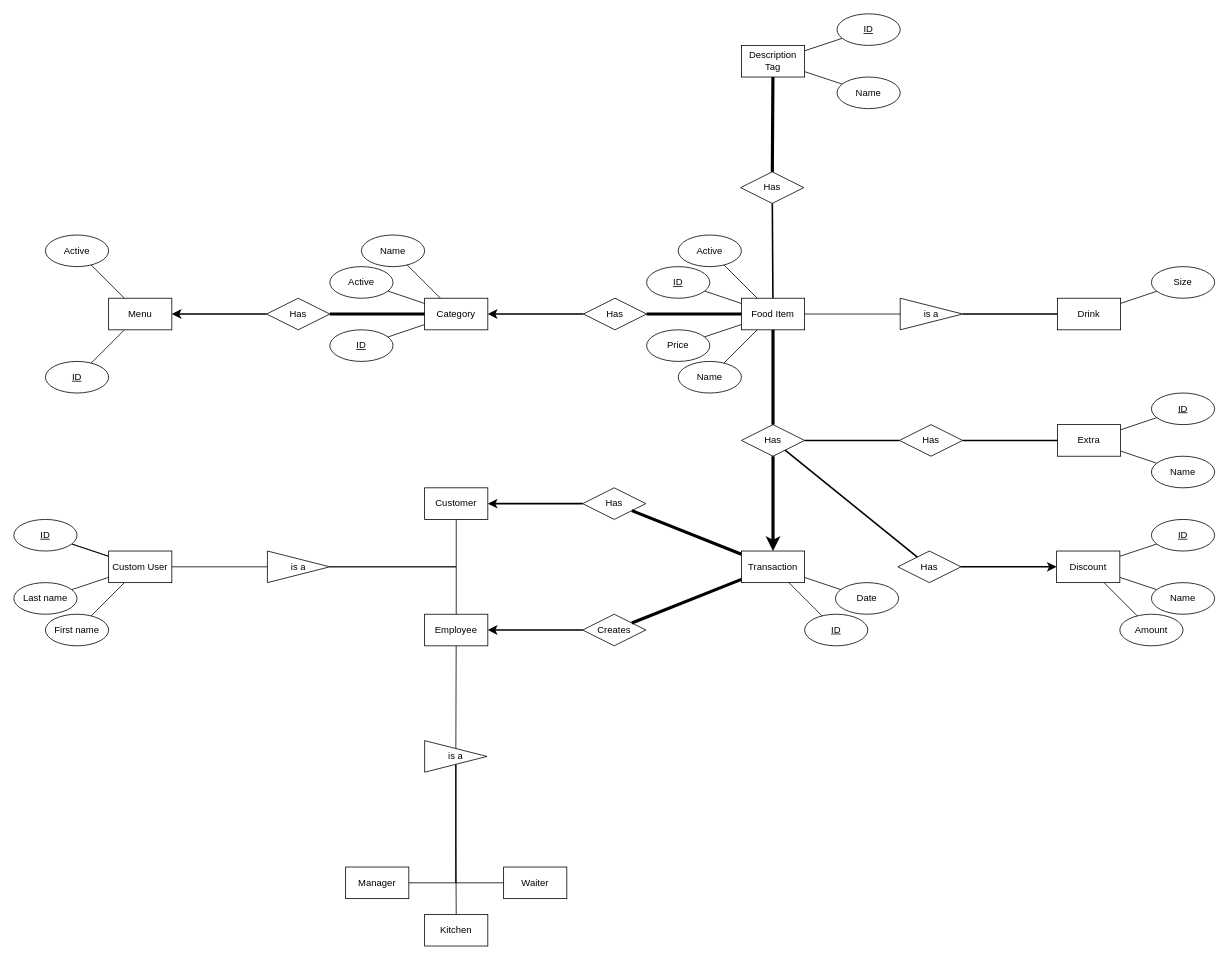
Above: uml.drawio in MChoc/capstone_project (draw.io), before the change. Source tidied: cells renumbered, new cells numbered last; positions are measured from the earlier drawing's top-left corner, leaving out a move shared by most shapes. Both pictures are drawn from the tidied source at 79%, with x=0, y=0 at pixel (13, 13).
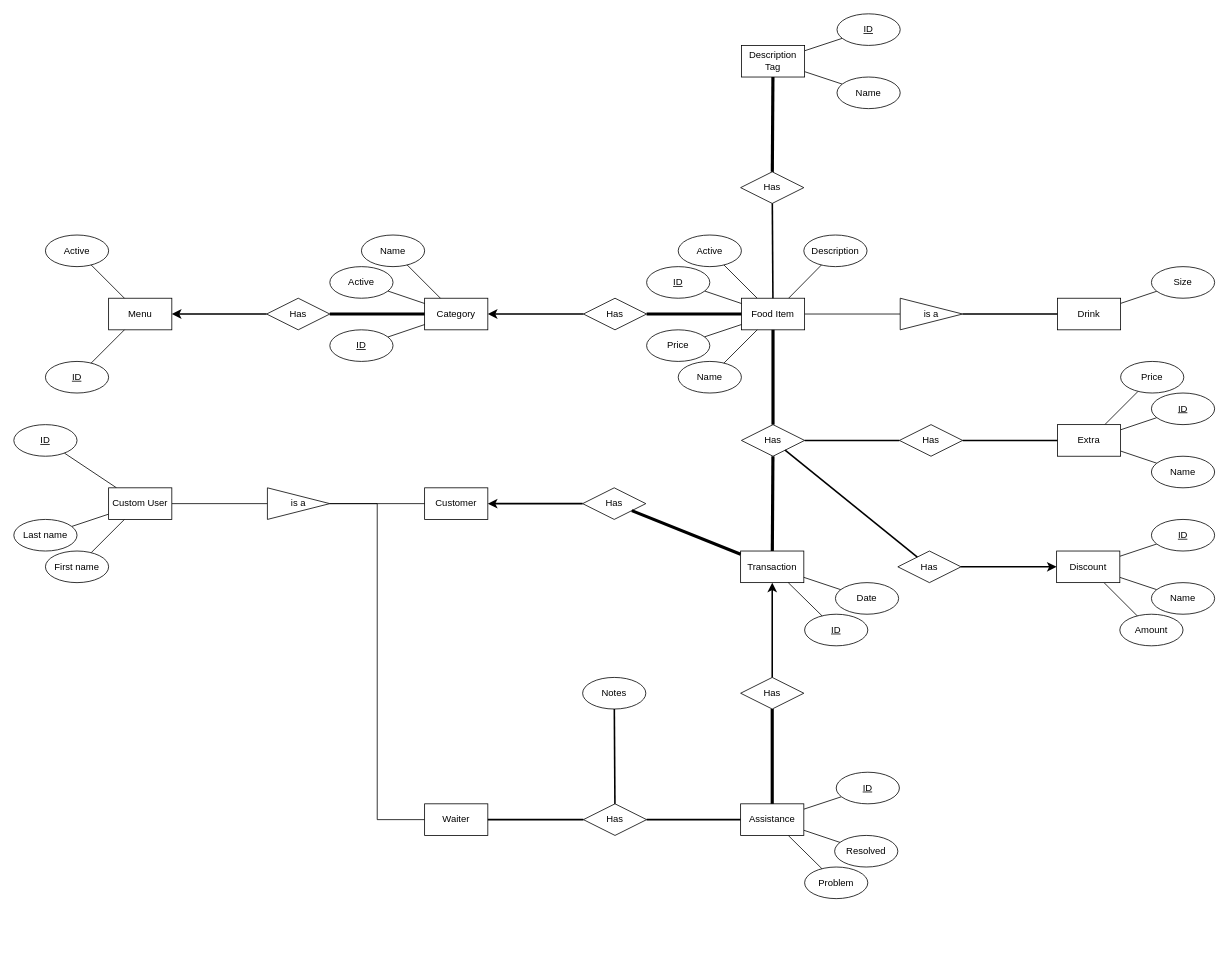
After the change.

Commit message (it also covers changes not shown here):
Added assistance recording

Unchanged cells that the change refers to:
```xml
<mxCell id="6" value="Food Item" style="rounded=0;whiteSpace=wrap;html=1;" parent="1" vertex="1">
  <mxGeometry x="921" y="360" width="80" height="40" as="geometry" />
</mxCell>
<mxCell id="32" value="Has" style="rhombus;whiteSpace=wrap;html=1;" parent="1" vertex="1">
  <mxGeometry x="921" y="520" width="80" height="40" as="geometry" />
</mxCell>
<mxCell id="48" value="Extra" style="rounded=0;whiteSpace=wrap;html=1;" parent="1" vertex="1">
  <mxGeometry x="1321" y="520" width="80" height="40" as="geometry" />
</mxCell>
```

Diff of the diagram source:
```diff
@@
+    <mxCell id="97" style="rounded=0;jettySize=auto;html=1;endArrow=none;endFill=0;" parent="1" edge="1" source="6" target="100">
+      <mxGeometry relative="1" as="geometry" />
+    </mxCell>
@@
     <mxCell id="29" value="Transaction" style="rounded=0;whiteSpace=wrap;html=1;" parent="1" vertex="1">
-      <mxGeometry x="921" y="680" width="80" height="40" as="geometry" />
+      <mxGeometry x="920" y="680" width="80" height="40" as="geometry" />
     </mxCell>
@@
-    <mxCell id="34" style="endArrow=classic;html=1;strokeWidth=4;" parent="1" edge="1" source="32" target="29">
+    <mxCell id="34" style="endArrow=none;html=1;strokeWidth=4;endFill=0;" parent="1" edge="1" source="32" target="29">
       <mxGeometry relative="1" as="geometry" />
     </mxCell>
@@
-    <mxCell id="37" style="edgeStyle=none;rounded=0;jettySize=auto;html=1;endArrow=none;endFill=0;strokeWidth=1;" parent="1" edge="1" source="38" target="76">
-      <mxGeometry relative="1" as="geometry" />
-    </mxCell>
-    <mxCell id="38" value="Employee" style="rounded=0;whiteSpace=wrap;html=1;" parent="1" vertex="1">
-      <mxGeometry x="520" y="760" width="80" height="40" as="geometry" />
-    </mxCell>
-    <mxCell id="39" value="Creates" style="rhombus;whiteSpace=wrap;html=1;" parent="1" vertex="1">
-      <mxGeometry x="720" y="760" width="80" height="40" as="geometry" />
-    </mxCell>
-    <mxCell id="40" style="endArrow=none;html=1;strokeWidth=4;" parent="1" edge="1" source="29" target="39">
-      <mxGeometry relative="1" as="geometry" />
-    </mxCell>
-    <mxCell id="41" style="endArrow=classic;html=1;strokeWidth=2;" parent="1" edge="1" source="39" target="38">
-      <mxGeometry relative="1" as="geometry" />
-    </mxCell>
@@
+    <mxCell id="98" style="edgeStyle=none;rounded=0;jettySize=auto;html=1;endArrow=none;endFill=0;" parent="1" edge="1" source="48" target="101">
+      <mxGeometry relative="1" as="geometry" />
+    </mxCell>
@@
-    <mxCell id="61" style="edgeStyle=none;rounded=0;jettySize=auto;html=1;endArrow=none;endFill=0;strokeWidth=1;" parent="1" edge="1" source="64">
-      <mxGeometry relative="1" as="geometry">
-        <mxPoint x="73.3" y="671.1" as="targetPoint" />
-      </mxGeometry>
-    </mxCell>
@@
     <mxCell id="64" value="Custom User" style="rounded=0;whiteSpace=wrap;html=1;" parent="1" vertex="1">
-      <mxGeometry x="120" y="680" width="80" height="40" as="geometry" />
+      <mxGeometry x="120" y="600" width="80" height="40" as="geometry" />
     </mxCell>
-    <mxCell id="65" style="edgeStyle=orthogonalEdgeStyle;rounded=0;jettySize=auto;html=1;endArrow=none;endFill=0;strokeWidth=1;" parent="1" edge="1" source="67" target="38">
-      <mxGeometry relative="1" as="geometry" />
-    </mxCell>
@@
+    <mxCell id="99" style="edgeStyle=orthogonalEdgeStyle;rounded=0;jettySize=auto;html=1;endArrow=none;endFill=0;" parent="1" edge="1" source="67" target="72">
+      <mxGeometry relative="1" as="geometry">
+        <Array as="points">
+          <mxPoint x="460" y="620" />
+          <mxPoint x="460" y="1020" />
+        </Array>
+      </mxGeometry>
+    </mxCell>
     <mxCell id="67" value="is a" style="triangle;whiteSpace=wrap;html=1;" parent="1" vertex="1">
-      <mxGeometry x="321" y="680" width="79" height="40" as="geometry" />
+      <mxGeometry x="321" y="600" width="79" height="40" as="geometry" />
     </mxCell>
     <mxCell id="68" value="Last name" style="ellipse;whiteSpace=wrap;html=1;" parent="1" vertex="1">
-      <mxGeometry y="720" width="80" height="40" as="geometry" />
+      <mxGeometry y="640" width="80" height="40" as="geometry" />
     </mxCell>
     <mxCell id="69" value="First name" style="ellipse;whiteSpace=wrap;html=1;" parent="1" vertex="1">
-      <mxGeometry x="40" y="760" width="80" height="40" as="geometry" />
+      <mxGeometry x="40" y="680" width="80" height="40" as="geometry" />
     </mxCell>
     <mxCell id="70" value="&lt;u&gt;ID&lt;/u&gt;" style="ellipse;whiteSpace=wrap;html=1;" parent="1" vertex="1">
-      <mxGeometry y="640" width="80" height="40" as="geometry" />
+      <mxGeometry y="520" width="80" height="40" as="geometry" />
     </mxCell>
-    <mxCell id="71" style="edgeStyle=orthogonalEdgeStyle;rounded=0;jettySize=auto;html=1;endArrow=none;endFill=0;strokeWidth=1;" parent="1" edge="1" source="72" target="76">
-      <mxGeometry relative="1" as="geometry" />
-    </mxCell>
     <mxCell id="72" value="Waiter" style="rounded=0;whiteSpace=wrap;html=1;" parent="1" vertex="1">
-      <mxGeometry x="620" y="1080" width="80" height="40" as="geometry" />
+      <mxGeometry x="520" y="1000" width="80" height="40" as="geometry" />
     </mxCell>
-    <mxCell id="73" style="edgeStyle=orthogonalEdgeStyle;rounded=0;jettySize=auto;html=1;endArrow=none;endFill=0;strokeWidth=1;" parent="1" edge="1" source="74" target="76">
-      <mxGeometry relative="1" as="geometry" />
-    </mxCell>
-    <mxCell id="74" value="Manager" style="rounded=0;whiteSpace=wrap;html=1;" parent="1" vertex="1">
-      <mxGeometry x="420" y="1080" width="80" height="40" as="geometry" />
-    </mxCell>
-    <mxCell id="75" style="edgeStyle=orthogonalEdgeStyle;rounded=0;jettySize=auto;html=1;endArrow=none;endFill=0;strokeWidth=1;" parent="1" edge="1" source="76" target="77">
-      <mxGeometry relative="1" as="geometry" />
-    </mxCell>
-    <mxCell id="76" value="is a" style="triangle;whiteSpace=wrap;html=1;" parent="1" vertex="1">
-      <mxGeometry x="520" y="920" width="79" height="40" as="geometry" />
-    </mxCell>
-    <mxCell id="77" value="Kitchen" style="rounded=0;whiteSpace=wrap;html=1;" parent="1" vertex="1">
-      <mxGeometry x="520" y="1140" width="80" height="40" as="geometry" />
-    </mxCell>
@@
+    <mxCell id="100" value="Description" style="ellipse;whiteSpace=wrap;html=1;" parent="1" vertex="1">
+      <mxGeometry x="1000" y="280" width="80" height="40" as="geometry" />
+    </mxCell>
+    <mxCell id="101" value="Price" style="ellipse;whiteSpace=wrap;html=1;" parent="1" vertex="1">
+      <mxGeometry x="1401" y="440" width="80" height="40" as="geometry" />
+    </mxCell>
+    <mxCell id="102" style="edgeStyle=none;rounded=0;jettySize=auto;html=1;endArrow=none;endFill=0;" parent="1" edge="1" source="105" target="109">
+      <mxGeometry relative="1" as="geometry" />
+    </mxCell>
+    <mxCell id="103" style="edgeStyle=none;rounded=0;jettySize=auto;html=1;endArrow=none;endFill=0;" parent="1" edge="1" source="105" target="110">
+      <mxGeometry relative="1" as="geometry" />
+    </mxCell>
+    <mxCell id="104" style="edgeStyle=none;rounded=0;jettySize=auto;html=1;endArrow=none;endFill=0;" parent="1" edge="1" source="105" target="114">
+      <mxGeometry relative="1" as="geometry" />
+    </mxCell>
+    <mxCell id="105" value="Assistance" style="rounded=0;whiteSpace=wrap;html=1;" parent="1" vertex="1">
+      <mxGeometry x="920" y="1000" width="80" height="40" as="geometry" />
+    </mxCell>
+    <mxCell id="106" value="Has" style="rhombus;whiteSpace=wrap;html=1;" parent="1" vertex="1">
+      <mxGeometry x="920" y="840" width="80" height="40" as="geometry" />
+    </mxCell>
+    <mxCell id="107" style="endArrow=none;html=1;strokeWidth=4;" parent="1" edge="1" source="106" target="105">
+      <mxGeometry relative="1" as="geometry" />
+    </mxCell>
+    <mxCell id="108" style="endArrow=classic;html=1;strokeWidth=2;" parent="1" edge="1" source="106" target="29">
+      <mxGeometry relative="1" as="geometry" />
+    </mxCell>
+    <mxCell id="109" value="Resolved" style="ellipse;whiteSpace=wrap;html=1;" parent="1" vertex="1">
+      <mxGeometry x="1039" y="1040" width="80" height="40" as="geometry" />
+    </mxCell>
+    <mxCell id="110" value="Problem" style="ellipse;whiteSpace=wrap;html=1;" parent="1" vertex="1">
+      <mxGeometry x="1001" y="1080" width="80" height="40" as="geometry" />
+    </mxCell>
+    <mxCell id="111" value="Has" style="rhombus;whiteSpace=wrap;html=1;" parent="1" vertex="1">
+      <mxGeometry x="721" y="1000" width="80" height="40" as="geometry" />
+    </mxCell>
+    <mxCell id="112" style="endArrow=none;html=1;strokeWidth=2;" parent="1" edge="1" source="111" target="105">
+      <mxGeometry relative="1" as="geometry" />
+    </mxCell>
+    <mxCell id="113" style="endArrow=none;html=1;strokeWidth=2;" parent="1" edge="1" source="72" target="111">
+      <mxGeometry relative="1" as="geometry" />
+    </mxCell>
+    <mxCell id="114" value="&lt;u&gt;ID&lt;/u&gt;" style="ellipse;whiteSpace=wrap;html=1;" parent="1" vertex="1">
+      <mxGeometry x="1041" y="960" width="80" height="40" as="geometry" />
+    </mxCell>
+    <mxCell id="115" value="Notes" style="ellipse;whiteSpace=wrap;html=1;" parent="1" vertex="1">
+      <mxGeometry x="720" y="840" width="80" height="40" as="geometry" />
+    </mxCell>
+    <mxCell id="116" style="endArrow=none;html=1;strokeWidth=2;" parent="1" edge="1" source="111" target="115">
+      <mxGeometry relative="1" as="geometry" />
+    </mxCell>
```
